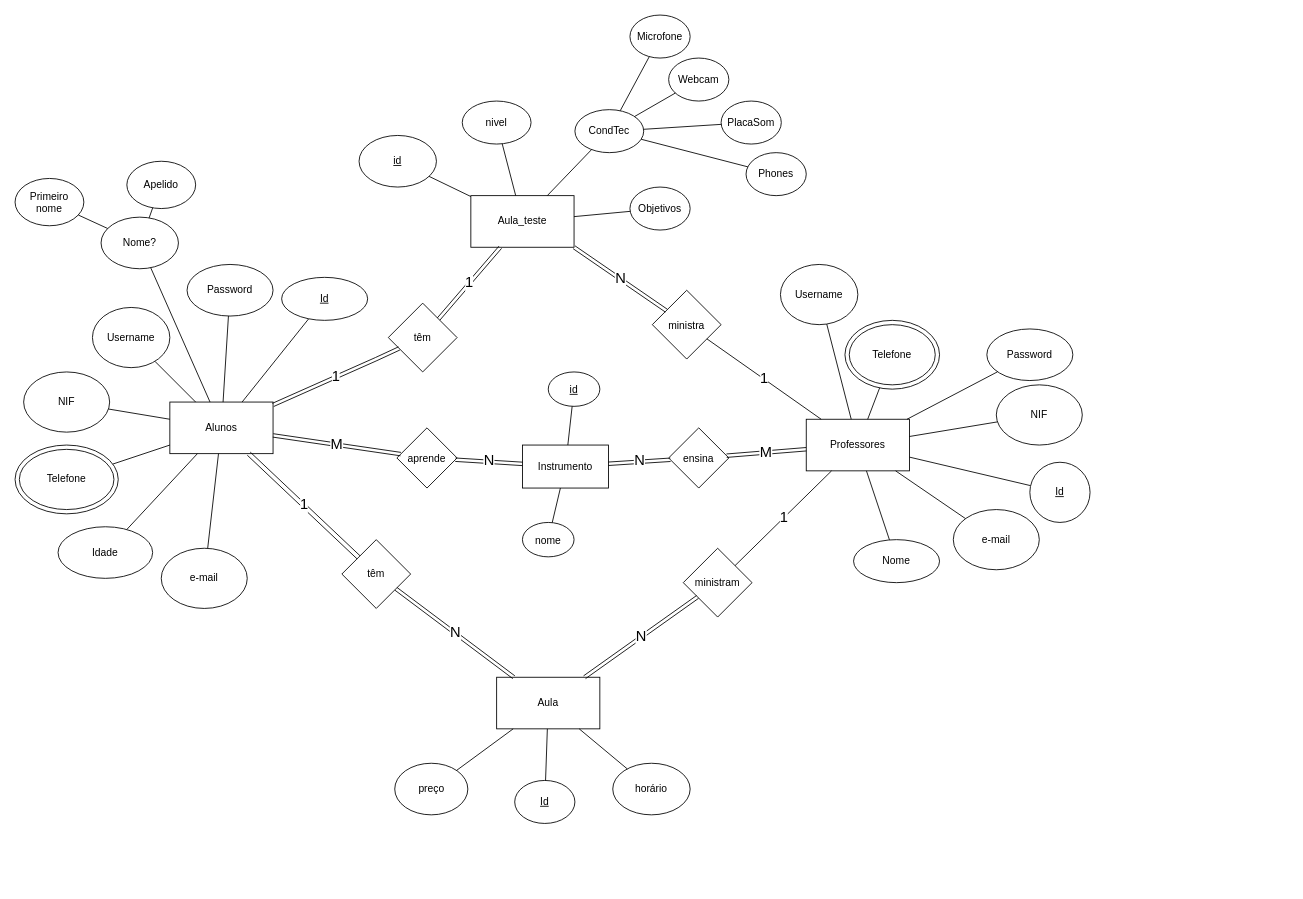
Above: Modelo_inicial.drawio in brenexvex/firstproject (draw.io), before the change. Source tidied: cells renumbered, new cells numbered last; positions are measured from the earlier drawing's top-left corner, leaving out a move shared by most shapes. Both pictures are drawn from the tidied source at 86%, with x=0, y=0 at pixel (15, 15).
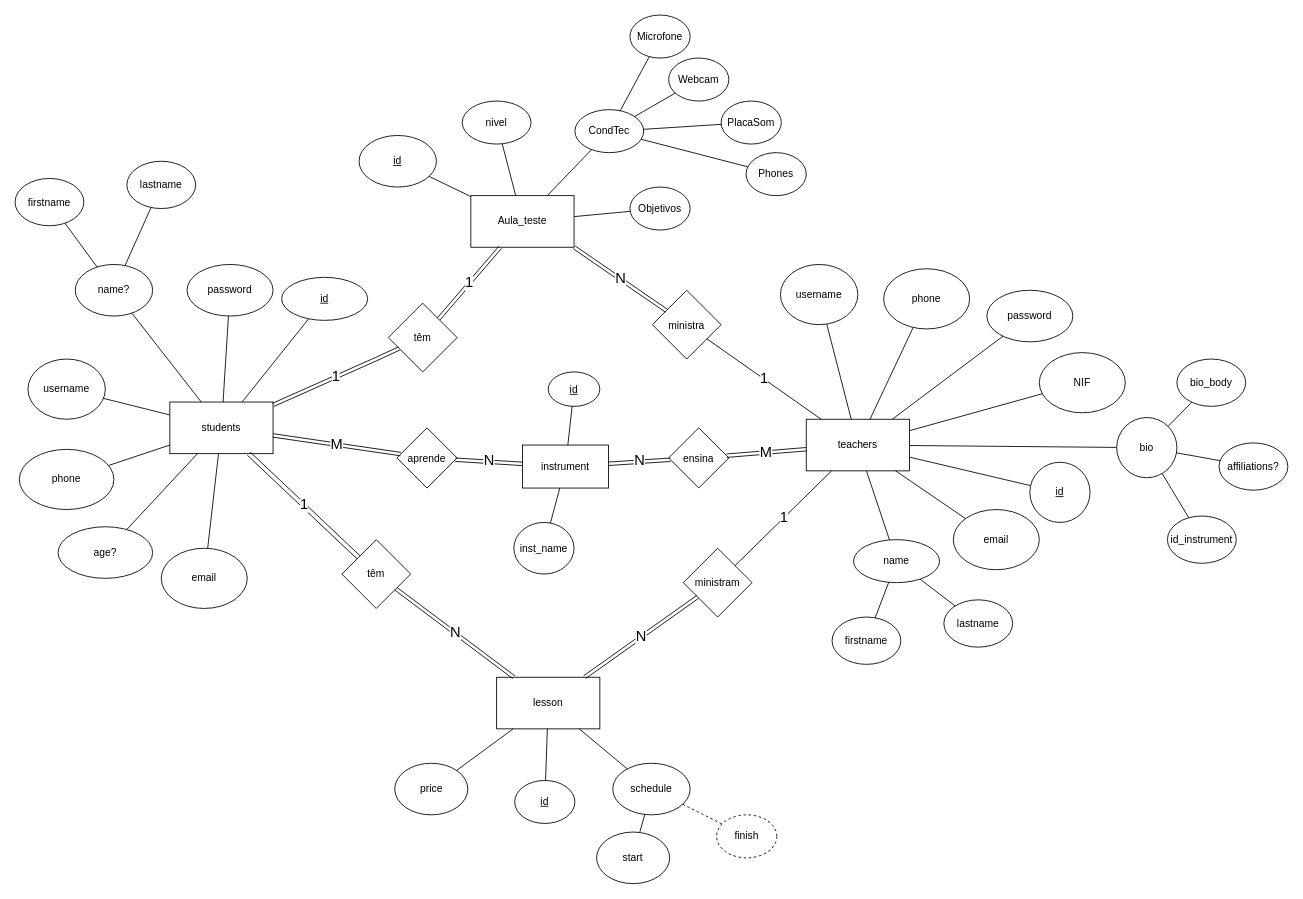
Above is the later version.

Change to the diagram source:
```diff
@@
-    <mxCell id="2" value="Alunos" style="rounded=0;whiteSpace=wrap;html=1;" parent="1" vertex="1">
+    <mxCell id="2" value="students" style="rounded=0;whiteSpace=wrap;html=1;" parent="1" vertex="1">
       <mxGeometry x="180" y="450" width="120" height="60" as="geometry" />
     </mxCell>
@@
-    <mxCell id="4" value="&lt;u&gt;Id&lt;/u&gt;" style="ellipse;whiteSpace=wrap;html=1;" parent="1" vertex="1">
+    <mxCell id="4" value="&lt;u&gt;id&lt;/u&gt;" style="ellipse;whiteSpace=wrap;html=1;" parent="1" vertex="1">
       <mxGeometry x="310" y="305" width="100" height="50" as="geometry" />
     </mxCell>
@@
-    <mxCell id="6" value="Nome?" style="ellipse;whiteSpace=wrap;html=1;" parent="1" vertex="1">
-      <mxGeometry x="100" y="235" width="90" height="60" as="geometry" />
+    <mxCell id="6" value="name?" style="ellipse;whiteSpace=wrap;html=1;" parent="1" vertex="1">
+      <mxGeometry x="70" y="290" width="90" height="60" as="geometry" />
     </mxCell>
@@
-    <mxCell id="8" value="e-mail" style="ellipse;whiteSpace=wrap;html=1;" parent="1" vertex="1">
+    <mxCell id="8" value="email" style="ellipse;whiteSpace=wrap;html=1;" parent="1" vertex="1">
       <mxGeometry x="170" y="620" width="100" height="70" as="geometry" />
     </mxCell>
-    <mxCell id="9" value="Password" style="ellipse;whiteSpace=wrap;html=1;" parent="1" vertex="1">
+    <mxCell id="9" value="password" style="ellipse;whiteSpace=wrap;html=1;" parent="1" vertex="1">
       <mxGeometry x="200" y="290" width="100" height="60" as="geometry" />
     </mxCell>
-    <mxCell id="10" style="endArrow=none;html=1;" parent="1" edge="1" source="12" target="2">
+    <mxCell id="10" style="endArrow=none;html=1;" parent="1" edge="1" source="11" target="2">
       <mxGeometry relative="1" as="geometry" />
     </mxCell>
-    <mxCell id="11" value="Telefone" style="ellipse;whiteSpace=wrap;html=1;perimeterSpacing=0;shadow=0;sketch=0;strokeWidth=1;gradientDirection=east;" parent="1" vertex="1">
+    <mxCell id="11" value="phone" style="ellipse;whiteSpace=wrap;html=1;perimeterSpacing=0;shadow=0;sketch=0;strokeWidth=1;gradientDirection=east;" parent="1" vertex="1">
       <mxGeometry x="5" y="505" width="110" height="70" as="geometry" />
     </mxCell>
-    <mxCell id="12" style="ellipse;whiteSpace=wrap;html=1;rounded=0;sketch=0;fillColor=none;" parent="1" vertex="1">
-      <mxGeometry y="500" width="120" height="80" as="geometry" />
-    </mxCell>
@@
-    <mxCell id="14" value="Idade" style="ellipse;whiteSpace=wrap;html=1;rounded=0;sketch=0;" parent="1" vertex="1">
+    <mxCell id="14" value="age?" style="ellipse;whiteSpace=wrap;html=1;rounded=0;sketch=0;" parent="1" vertex="1">
       <mxGeometry x="50" y="595" width="110" height="60" as="geometry" />
     </mxCell>
-    <mxCell id="15" value="Professores" style="rounded=0;whiteSpace=wrap;html=1;" parent="1" vertex="1">
+    <mxCell id="15" value="teachers" style="rounded=0;whiteSpace=wrap;html=1;" parent="1" vertex="1">
       <mxGeometry x="920" y="470" width="120" height="60" as="geometry" />
     </mxCell>
@@
-    <mxCell id="17" value="&lt;u&gt;Id&lt;/u&gt;" style="ellipse;whiteSpace=wrap;html=1;" parent="1" vertex="1">
+    <mxCell id="17" value="&lt;u&gt;id&lt;/u&gt;" style="ellipse;whiteSpace=wrap;html=1;" parent="1" vertex="1">
       <mxGeometry x="1180" y="520" width="70" height="70" as="geometry" />
     </mxCell>
-    <mxCell id="18" value="Nome" style="ellipse;whiteSpace=wrap;html=1;" parent="1" vertex="1">
+    <mxCell id="18" value="name" style="ellipse;whiteSpace=wrap;html=1;" parent="1" vertex="1">
       <mxGeometry x="975" y="610" width="100" height="50" as="geometry" />
     </mxCell>
@@
-    <mxCell id="20" value="e-mail" style="ellipse;whiteSpace=wrap;html=1;" parent="1" vertex="1">
+    <mxCell id="20" value="email" style="ellipse;whiteSpace=wrap;html=1;" parent="1" vertex="1">
       <mxGeometry x="1091" y="575" width="100" height="70" as="geometry" />
     </mxCell>
@@
-    <mxCell id="22" value="Aula" style="rounded=0;whiteSpace=wrap;html=1;" parent="1" vertex="1">
+    <mxCell id="22" value="lesson" style="rounded=0;whiteSpace=wrap;html=1;" parent="1" vertex="1">
       <mxGeometry x="560" y="770" width="120" height="60" as="geometry" />
     </mxCell>
-    <mxCell id="23" value="&lt;u&gt;Id&lt;/u&gt;" style="ellipse;whiteSpace=wrap;html=1;" parent="1" vertex="1">
+    <mxCell id="23" value="&lt;u&gt;id&lt;/u&gt;" style="ellipse;whiteSpace=wrap;html=1;" parent="1" vertex="1">
       <mxGeometry x="581" y="890" width="70" height="50" as="geometry" />
     </mxCell>
@@
-    <mxCell id="27" value="Username" style="ellipse;whiteSpace=wrap;html=1;" parent="1" vertex="1">
-      <mxGeometry x="90" y="340" width="90" height="70" as="geometry" />
+    <mxCell id="27" value="username" style="ellipse;whiteSpace=wrap;html=1;" parent="1" vertex="1">
+      <mxGeometry x="15" y="400" width="90" height="70" as="geometry" />
     </mxCell>
@@
-    <mxCell id="29" value="Telefone" style="ellipse;whiteSpace=wrap;html=1;" parent="1" vertex="1">
-      <mxGeometry x="970" y="360" width="100" height="70" as="geometry" />
+    <mxCell id="29" value="phone" style="ellipse;whiteSpace=wrap;html=1;" parent="1" vertex="1">
+      <mxGeometry x="1010" y="295" width="100" height="70" as="geometry" />
     </mxCell>
-    <mxCell id="30" style="endArrow=none;html=1;" parent="1" edge="1" source="15" target="46">
+    <mxCell id="30" style="endArrow=none;html=1;" parent="1" edge="1" source="15" target="29">
       <mxGeometry relative="1" as="geometry" />
     </mxCell>
-    <mxCell id="31" value="Password" style="ellipse;whiteSpace=wrap;html=1;" parent="1" vertex="1">
-      <mxGeometry x="1130" y="365" width="100" height="60" as="geometry" />
+    <mxCell id="31" value="password" style="ellipse;whiteSpace=wrap;html=1;" parent="1" vertex="1">
+      <mxGeometry x="1130" y="320" width="100" height="60" as="geometry" />
     </mxCell>
-    <mxCell id="32" value="Username" style="ellipse;whiteSpace=wrap;html=1;" parent="1" vertex="1">
+    <mxCell id="32" value="username" style="ellipse;whiteSpace=wrap;html=1;" parent="1" vertex="1">
       <mxGeometry x="890" y="290" width="90" height="70" as="geometry" />
     </mxCell>
@@
-    <mxCell id="38" value="preço" style="ellipse;whiteSpace=wrap;html=1;fillColor=none;" parent="1" vertex="1">
+    <mxCell id="38" value="price" style="ellipse;whiteSpace=wrap;html=1;fillColor=none;" parent="1" vertex="1">
       <mxGeometry x="441.5" y="870" width="85" height="60" as="geometry" />
     </mxCell>
@@
-    <mxCell id="40" value="&lt;font style=&quot;font-size: 12px&quot;&gt;horário&lt;/font&gt;" style="ellipse;whiteSpace=wrap;html=1;fillColor=none;fontSize=12;" parent="1" vertex="1">
+    <mxCell id="40" value="&lt;font style=&quot;font-size: 12px&quot;&gt;schedule&lt;/font&gt;" style="ellipse;whiteSpace=wrap;html=1;fillColor=none;fontSize=12;" parent="1" vertex="1">
       <mxGeometry x="695" y="870" width="90" height="60" as="geometry" />
     </mxCell>
@@
-    <mxCell id="42" value="NIF" style="ellipse;whiteSpace=wrap;html=1;fontSize=12;" parent="1" vertex="1">
-      <mxGeometry x="10" y="415" width="100" height="70" as="geometry" />
-    </mxCell>
-    <mxCell id="43" style="endArrow=none;html=1;fontSize=12;" parent="1" edge="1" source="42" target="2">
-      <mxGeometry relative="1" as="geometry" />
-    </mxCell>
     <mxCell id="44" value="NIF" style="ellipse;whiteSpace=wrap;html=1;fontSize=12;" parent="1" vertex="1">
-      <mxGeometry x="1141" y="430" width="100" height="70" as="geometry" />
+      <mxGeometry x="1191" y="392.5" width="100" height="70" as="geometry" />
     </mxCell>
@@
-    <mxCell id="46" style="ellipse;whiteSpace=wrap;html=1;rounded=0;sketch=0;fillColor=none;" parent="1" vertex="1">
-      <mxGeometry x="965" y="355" width="110" height="80" as="geometry" />
-    </mxCell>
@@
-    <mxCell id="71" value="&lt;font style=&quot;font-size: 12px&quot;&gt;Instrumento&lt;/font&gt;" style="rounded=0;whiteSpace=wrap;html=1;fontSize=17;" parent="1" vertex="1">
+    <mxCell id="71" value="&lt;font style=&quot;font-size: 12px&quot;&gt;instrument&lt;/font&gt;" style="rounded=0;whiteSpace=wrap;html=1;fontSize=17;" parent="1" vertex="1">
       <mxGeometry x="590" y="500" width="100" height="50" as="geometry" />
     </mxCell>
@@
-    <mxCell id="80" value="&lt;font style=&quot;font-size: 12px&quot;&gt;nome&lt;/font&gt;" style="ellipse;whiteSpace=wrap;html=1;fontSize=17;" parent="1" vertex="1">
-      <mxGeometry x="590" y="590" width="60" height="40" as="geometry" />
+    <mxCell id="80" value="&lt;font style=&quot;font-size: 12px&quot;&gt;inst_name&lt;/font&gt;" style="ellipse;whiteSpace=wrap;html=1;fontSize=17;" parent="1" vertex="1">
+      <mxGeometry x="580" y="590" width="70" height="60" as="geometry" />
     </mxCell>
@@
-    <mxCell id="82" value="Primeiro nome" style="ellipse;whiteSpace=wrap;html=1;" parent="1" vertex="1">
+    <mxCell id="82" value="firstname" style="ellipse;whiteSpace=wrap;html=1;" parent="1" vertex="1">
       <mxGeometry y="190" width="80" height="55" as="geometry" />
     </mxCell>
-    <mxCell id="83" value="Apelido" style="ellipse;whiteSpace=wrap;html=1;" parent="1" vertex="1">
+    <mxCell id="83" value="lastname" style="ellipse;whiteSpace=wrap;html=1;" parent="1" vertex="1">
       <mxGeometry x="130" y="170" width="80" height="55" as="geometry" />
     </mxCell>
@@
+    <mxCell id="87" value="firstname" style="ellipse;whiteSpace=wrap;html=1;" parent="1" vertex="1">
+      <mxGeometry x="950" y="700" width="80" height="55" as="geometry" />
+    </mxCell>
+    <mxCell id="88" value="lastname" style="ellipse;whiteSpace=wrap;html=1;" parent="1" vertex="1">
+      <mxGeometry x="1080" y="680" width="80" height="55" as="geometry" />
+    </mxCell>
+    <mxCell id="89" style="endArrow=none;html=1;" parent="1" edge="1" source="18" target="87">
+      <mxGeometry relative="1" as="geometry" />
+    </mxCell>
+    <mxCell id="90" style="endArrow=none;html=1;" parent="1" edge="1" source="18" target="88">
+      <mxGeometry relative="1" as="geometry" />
+    </mxCell>
+    <mxCell id="91" style="endArrow=none;html=1;" parent="1" edge="1" source="92" target="15">
+      <mxGeometry relative="1" as="geometry" />
+    </mxCell>
+    <mxCell id="92" value="bio" style="ellipse;whiteSpace=wrap;html=1;" parent="1" vertex="1">
+      <mxGeometry x="1281" y="468" width="70" height="70" as="geometry" />
+    </mxCell>
+    <mxCell id="93" value="id_instrument" style="ellipse;whiteSpace=wrap;html=1;" parent="1" vertex="1">
+      <mxGeometry x="1340" y="582.5" width="80" height="55" as="geometry" />
+    </mxCell>
+    <mxCell id="94" value="affiliations?" style="ellipse;whiteSpace=wrap;html=1;" parent="1" vertex="1">
+      <mxGeometry x="1400" y="497.5" width="80" height="55" as="geometry" />
+    </mxCell>
+    <mxCell id="95" style="endArrow=none;html=1;" parent="1" edge="1" source="92" target="93">
+      <mxGeometry relative="1" as="geometry" />
+    </mxCell>
+    <mxCell id="96" style="endArrow=none;html=1;" parent="1" edge="1" source="92" target="94">
+      <mxGeometry relative="1" as="geometry" />
+    </mxCell>
+    <mxCell id="97" value="bio_body" style="ellipse;whiteSpace=wrap;html=1;" parent="1" vertex="1">
+      <mxGeometry x="1351" y="400" width="80" height="55" as="geometry" />
+    </mxCell>
+    <mxCell id="98" style="endArrow=none;html=1;" parent="1" edge="1" source="92" target="97">
+      <mxGeometry relative="1" as="geometry" />
+    </mxCell>
+    <mxCell id="99" value="finish" style="ellipse;whiteSpace=wrap;html=1;dashed=1;" parent="1" vertex="1">
+      <mxGeometry x="815.8" y="930" width="70" height="50" as="geometry" />
+    </mxCell>
+    <mxCell id="100" style="endArrow=none;html=1;dashed=1;" parent="1" edge="1" source="40" target="99">
+      <mxGeometry relative="1" as="geometry" />
+    </mxCell>
+    <mxCell id="101" value="start" style="ellipse;whiteSpace=wrap;html=1;fillColor=none;" parent="1" vertex="1">
+      <mxGeometry x="676.2" y="950" width="85" height="60" as="geometry" />
+    </mxCell>
+    <mxCell id="102" style="endArrow=none;html=1;" parent="1" edge="1" source="101" target="40">
+      <mxGeometry relative="1" as="geometry" />
+    </mxCell>
```
